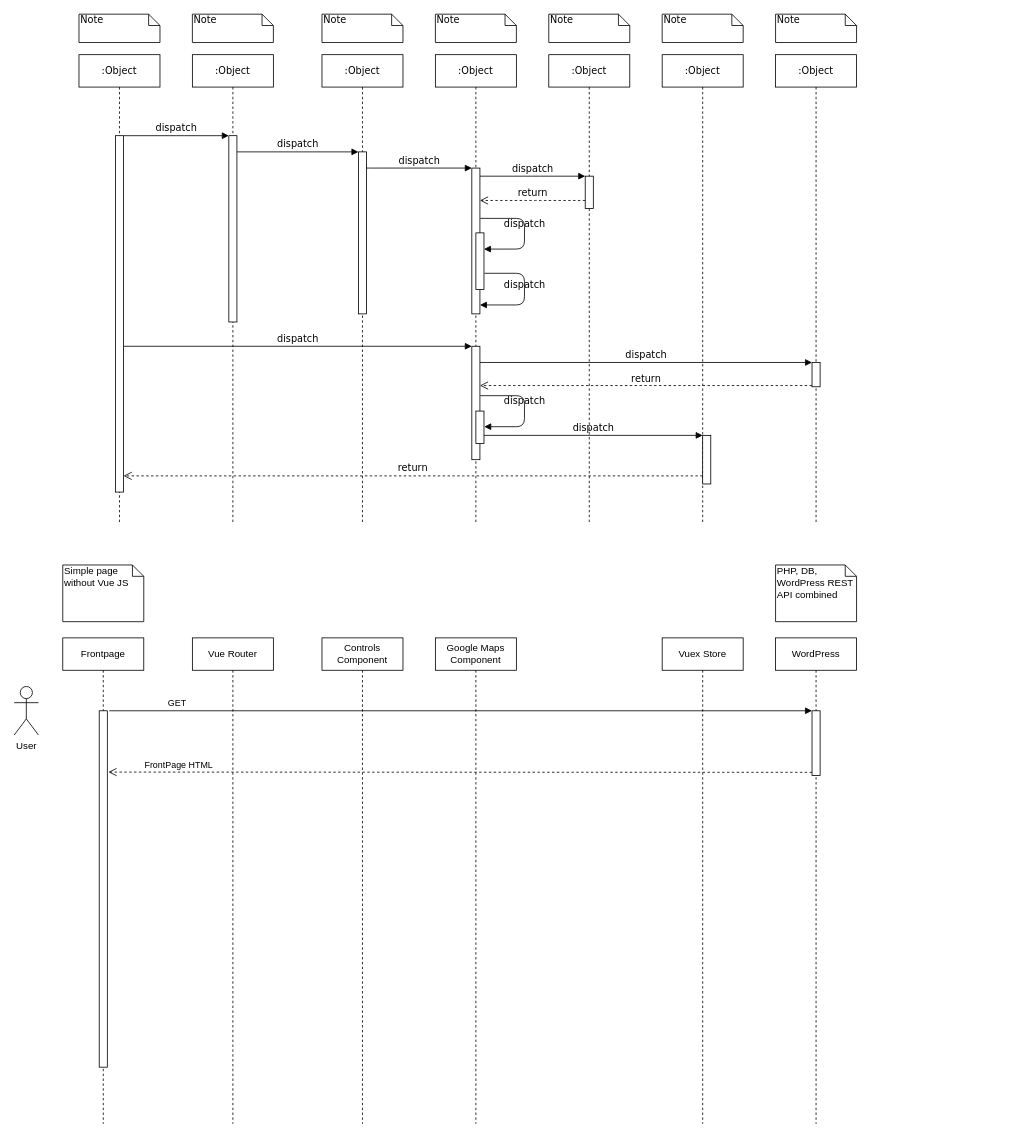
kpoxo6op/docs keeps this draw.io diagram as welcome-dog.drawio. Above is the earlier version. Source tidied: cells renumbered, new cells numbered last; positions are measured from the earlier drawing's top-left corner, leaving out a move shared by most shapes. Both pictures are drawn from the tidied source at 81%, with x=0, y=0 at pixel (14, 14).
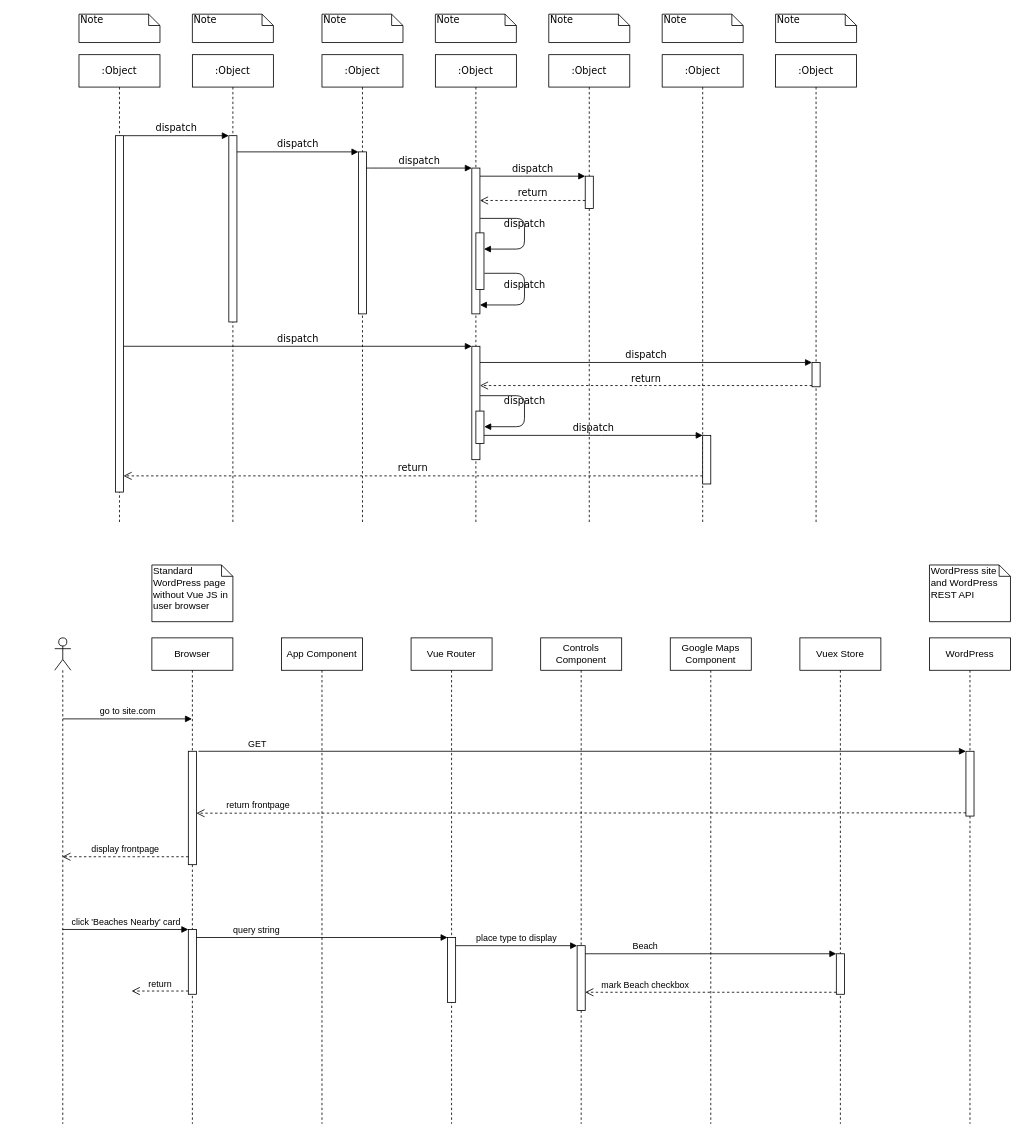
The same page after the edit.

What changed in the source:
```diff
@@
-    <mxCell id="39" value="User" style="shape=umlActor;verticalLabelPosition=bottom;verticalAlign=top;html=1;" parent="1" vertex="1">
-      <mxGeometry y="830" width="30" height="60" as="geometry" />
-    </mxCell>
-    <mxCell id="40" value="PHP, DB, WordPress REST API combined" style="shape=note;whiteSpace=wrap;html=1;size=14;verticalAlign=top;align=left;spacingTop=-6;" parent="1" vertex="1">
-      <mxGeometry x="940" y="680" width="100" height="70" as="geometry" />
+    <mxCell id="40" value="WordPress site and WordPress REST API" style="shape=note;whiteSpace=wrap;html=1;size=14;verticalAlign=top;align=left;spacingTop=-6;" parent="1" vertex="1">
+      <mxGeometry x="1130" y="680" width="100" height="70" as="geometry" />
     </mxCell>
-    <mxCell id="41" value="Frontpage" style="shape=umlLifeline;perimeter=lifelinePerimeter;whiteSpace=wrap;html=1;outlineConnect=0;" parent="1" vertex="1">
-      <mxGeometry x="60" y="770" width="100" height="600" as="geometry" />
+    <mxCell id="41" value="Browser" style="shape=umlLifeline;perimeter=lifelinePerimeter;whiteSpace=wrap;html=1;outlineConnect=0;" parent="1" vertex="1">
+      <mxGeometry x="170" y="770" width="100" height="600" as="geometry" />
     </mxCell>
+    <mxCell id="46" style="html=1;points=[];perimeter=orthogonalPerimeter;" parent="41" vertex="1">
+      <mxGeometry x="45" y="140" width="10" height="140" as="geometry" />
+    </mxCell>
+    <mxCell id="52" style="html=1;points=[];perimeter=orthogonalPerimeter;" parent="41" vertex="1">
+      <mxGeometry x="45" y="360" width="10" height="80" as="geometry" />
+    </mxCell>
+    <mxCell id="53" value="return" style="html=1;verticalAlign=bottom;endArrow=open;dashed=1;endSize=8;exitX=0;exitY=0.95;" parent="41" edge="1" source="52">
+      <mxGeometry relative="1" as="geometry">
+        <mxPoint x="-25" y="436" as="targetPoint" />
+      </mxGeometry>
+    </mxCell>
     <mxCell id="42" value="WordPress" style="shape=umlLifeline;perimeter=lifelinePerimeter;whiteSpace=wrap;html=1;" parent="1" vertex="1">
-      <mxGeometry x="940" y="770" width="100" height="600" as="geometry" />
+      <mxGeometry x="1130" y="770" width="100" height="600" as="geometry" />
     </mxCell>
-    <mxCell id="43" style="html=1;points=[];perimeter=orthogonalPerimeter;" parent="1" vertex="1">
-      <mxGeometry x="985" y="860" width="10" height="80" as="geometry" />
+    <mxCell id="43" style="html=1;points=[];perimeter=orthogonalPerimeter;" parent="42" vertex="1">
+      <mxGeometry x="45" y="140" width="10" height="80" as="geometry" />
     </mxCell>
     <mxCell id="44" value="GET" style="html=1;verticalAlign=bottom;endArrow=block;entryX=0;entryY=0;exitX=1.25;exitY=0;exitDx=0;exitDy=0;exitPerimeter=0;" parent="1" edge="1" source="46" target="43">
-      <mxGeometry x="-0.81" relative="1" as="geometry">
+      <mxGeometry x="-0.85" relative="1" as="geometry">
         <mxPoint x="1" as="offset" />
       </mxGeometry>
     </mxCell>
-    <mxCell id="45" value="FrontPage HTML" style="html=1;verticalAlign=bottom;endArrow=open;dashed=1;endSize=8;exitX=0;exitY=0.95;entryX=1.133;entryY=0.172;entryDx=0;entryDy=0;entryPerimeter=0;" parent="1" edge="1" source="43" target="46">
-      <mxGeometry x="0.8" relative="1" as="geometry" />
+    <mxCell id="45" value="return frontpage" style="html=1;verticalAlign=bottom;endArrow=open;dashed=1;endSize=8;exitX=0;exitY=0.95;entryX=0.997;entryY=0.546;entryDx=0;entryDy=0;entryPerimeter=0;" parent="1" edge="1" source="43" target="46">
+      <mxGeometry x="0.84" relative="1" as="geometry" />
     </mxCell>
-    <mxCell id="46" style="html=1;points=[];perimeter=orthogonalPerimeter;" parent="1" vertex="1">
-      <mxGeometry x="105" y="860" width="10" height="440" as="geometry" />
-    </mxCell>
-    <mxCell id="47" value="Simple page without Vue JS" style="shape=note;whiteSpace=wrap;html=1;size=14;verticalAlign=top;align=left;spacingTop=-6;" parent="1" vertex="1">
-      <mxGeometry x="60" y="680" width="100" height="70" as="geometry" />
+    <mxCell id="47" value="Standard WordPress page without Vue JS in user browser" style="shape=note;whiteSpace=wrap;html=1;size=14;verticalAlign=top;align=left;spacingTop=-6;" parent="1" vertex="1">
+      <mxGeometry x="170" y="680" width="100" height="70" as="geometry" />
     </mxCell>
     <mxCell id="48" value="Vuex Store" style="shape=umlLifeline;perimeter=lifelinePerimeter;whiteSpace=wrap;html=1;" parent="1" vertex="1">
-      <mxGeometry x="800" y="770" width="100" height="600" as="geometry" />
+      <mxGeometry x="970" y="770" width="100" height="600" as="geometry" />
     </mxCell>
+    <mxCell id="54" style="html=1;points=[];perimeter=orthogonalPerimeter;" parent="48" vertex="1">
+      <mxGeometry x="45" y="390" width="10" height="50" as="geometry" />
+    </mxCell>
     <mxCell id="49" value="Vue Router" style="shape=umlLifeline;perimeter=lifelinePerimeter;whiteSpace=wrap;html=1;" parent="1" vertex="1">
-      <mxGeometry x="220" y="770" width="100" height="600" as="geometry" />
+      <mxGeometry x="490" y="770" width="100" height="600" as="geometry" />
     </mxCell>
+    <mxCell id="55" style="html=1;points=[];perimeter=orthogonalPerimeter;" parent="49" vertex="1">
+      <mxGeometry x="45" y="370" width="10" height="80" as="geometry" />
+    </mxCell>
     <mxCell id="50" value="Controls Component" style="shape=umlLifeline;perimeter=lifelinePerimeter;whiteSpace=wrap;html=1;" parent="1" vertex="1">
-      <mxGeometry x="380" y="770" width="100" height="600" as="geometry" />
+      <mxGeometry x="650" y="770" width="100" height="600" as="geometry" />
     </mxCell>
+    <mxCell id="56" style="html=1;points=[];perimeter=orthogonalPerimeter;" parent="50" vertex="1">
+      <mxGeometry x="45" y="380" width="10" height="80" as="geometry" />
+    </mxCell>
     <mxCell id="51" value="Google Maps Component" style="shape=umlLifeline;perimeter=lifelinePerimeter;whiteSpace=wrap;html=1;" parent="1" vertex="1">
-      <mxGeometry x="520" y="770" width="100" height="600" as="geometry" />
+      <mxGeometry x="810" y="770" width="100" height="600" as="geometry" />
     </mxCell>
+    <mxCell id="57" value="place type to display" style="html=1;verticalAlign=bottom;endArrow=block;entryX=0;entryY=0;" parent="1" edge="1" source="55" target="56">
+      <mxGeometry relative="1" as="geometry" />
+    </mxCell>
+    <mxCell id="58" style="shape=umlLifeline;participant=umlActor;perimeter=lifelinePerimeter;whiteSpace=wrap;html=1;verticalAlign=top;spacingTop=36;outlineConnect=0;" parent="1" vertex="1">
+      <mxGeometry x="50" y="770" width="20" height="600" as="geometry" />
+    </mxCell>
+    <mxCell id="59" value="go to site.com" style="html=1;verticalAlign=bottom;endArrow=block;" parent="58" edge="1" target="41">
+      <mxGeometry relative="1" as="geometry">
+        <mxPoint x="10" y="100" as="sourcePoint" />
+      </mxGeometry>
+    </mxCell>
+    <mxCell id="60" value="query string" style="html=1;verticalAlign=bottom;endArrow=block;entryX=0.004;entryY=-0.001;entryDx=0;entryDy=0;entryPerimeter=0;" parent="1" edge="1" source="52" target="55">
+      <mxGeometry x="-0.52" relative="1" as="geometry" />
+    </mxCell>
+    <mxCell id="61" value="display frontpage" style="html=1;verticalAlign=bottom;endArrow=open;dashed=1;endSize=8;exitX=0.014;exitY=0.93;exitDx=0;exitDy=0;exitPerimeter=0;" parent="1" edge="1" source="46" target="58">
+      <mxGeometry relative="1" as="geometry" />
+    </mxCell>
+    <mxCell id="62" value="click 'Beaches Nearby' card" style="html=1;verticalAlign=bottom;endArrow=block;entryX=0;entryY=0;" parent="1" edge="1" source="58" target="52">
+      <mxGeometry relative="1" as="geometry" />
+    </mxCell>
+    <mxCell id="63" value="Beach" style="html=1;verticalAlign=bottom;endArrow=block;entryX=0;entryY=0;" parent="1" edge="1" source="56" target="54">
+      <mxGeometry x="-0.52" relative="1" as="geometry" />
+    </mxCell>
+    <mxCell id="64" value="mark Beach checkbox" style="html=1;verticalAlign=bottom;endArrow=open;dashed=1;endSize=8;exitX=0;exitY=0.95;" parent="1" edge="1" source="54" target="56">
+      <mxGeometry x="0.52" relative="1" as="geometry" />
+    </mxCell>
+    <mxCell id="65" value="App Component" style="shape=umlLifeline;perimeter=lifelinePerimeter;whiteSpace=wrap;html=1;" parent="1" vertex="1">
+      <mxGeometry x="330" y="770" width="100" height="600" as="geometry" />
+    </mxCell>
```
